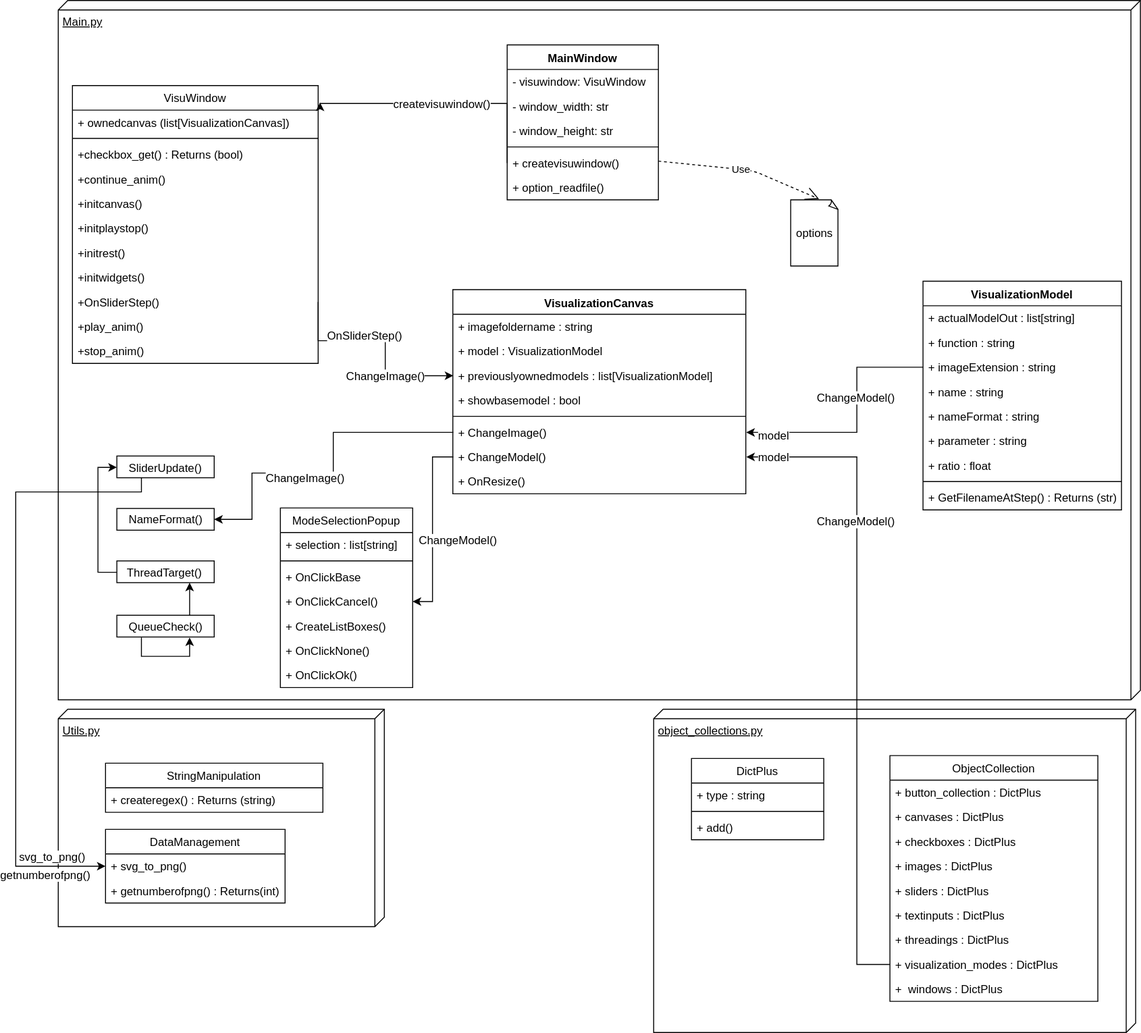
The draw.io diagram Doc/SpheroidViz-VisuApp-diagram.svg in lecuek/SpheroidViz, before a commit. Source tidied: cells renumbered, new cells last; positions are measured from the earlier drawing's top-left corner, leaving out a move shared by most shapes.
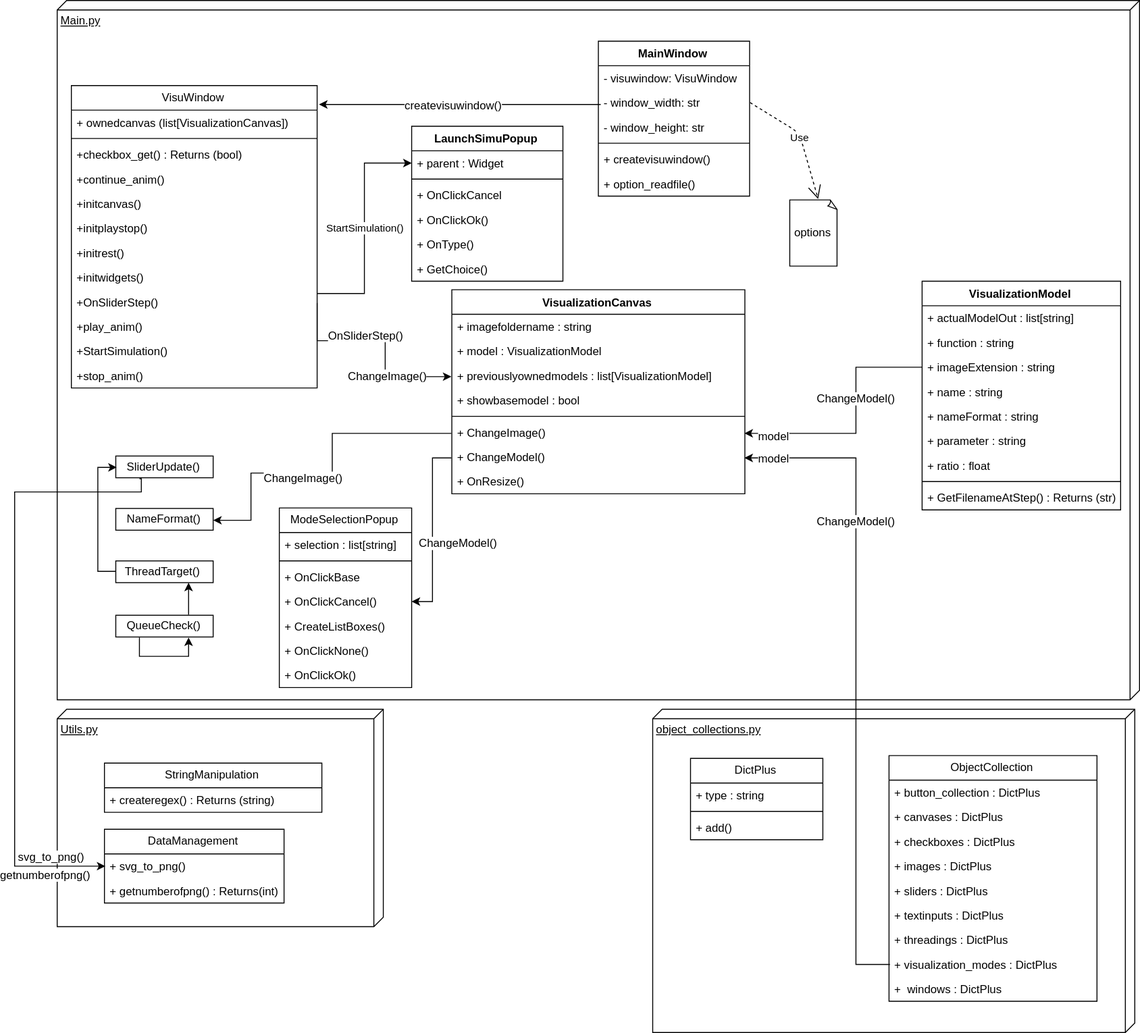
Above is the later version.

Diff of the diagram source:
```diff
@@ -6,7 +6,7 @@
       <mxGeometry x="45" width="1145" height="740" as="geometry" />
     </mxCell>
     <mxCell id="3" value="MainWindow" style="swimlane;fontStyle=1;align=center;verticalAlign=top;horizontal=1;startSize=26;" parent="1" vertex="1">
-      <mxGeometry x="520" y="47" width="160" height="164" as="geometry" />
+      <mxGeometry x="617.5" y="43" width="160" height="164" as="geometry" />
     </mxCell>
     <mxCell id="4" value="- visuwindow: VisuWindow " style="text;strokeColor=none;fillColor=none;align=left;verticalAlign=top;spacingLeft=4;spacingRight=4;overflow=hidden;" parent="3" vertex="1">
       <mxGeometry y="26" width="160" height="26" as="geometry" />
@@ -30,7 +30,7 @@
       <mxGeometry x="820" y="211" width="50" height="70" as="geometry" />
     </mxCell>
     <mxCell id="11" value="&#10;VisuWindow&#10;" style="swimlane;fontStyle=0;horizontal=1;startSize=26;fillColor=none;" parent="1" vertex="1">
-      <mxGeometry x="60" y="90" width="260" height="294" as="geometry" />
+      <mxGeometry x="60" y="90" width="260" height="320" as="geometry" />
     </mxCell>
     <mxCell id="12" value="+ ownedcanvas (list[VisualizationCanvas])" style="text;strokeColor=none;fillColor=none;align=left;verticalAlign=top;spacingLeft=4;spacingRight=4;overflow=hidden;" parent="11" vertex="1">
       <mxGeometry y="26" width="260" height="26" as="geometry" />
@@ -62,13 +62,17 @@
     <mxCell id="21" value="+play_anim()" style="text;strokeColor=none;fillColor=none;align=left;verticalAlign=top;spacingLeft=4;spacingRight=4;overflow=hidden;" parent="11" vertex="1">
       <mxGeometry y="242" width="260" height="26" as="geometry" />
     </mxCell>
+    <mxCell id="97" value="+StartSimulation()" style="text;strokeColor=none;fillColor=none;align=left;verticalAlign=top;spacingLeft=4;spacingRight=4;overflow=hidden;" parent="11" vertex="1">
+      <mxGeometry y="268" width="260" height="26" as="geometry" />
+    </mxCell>
     <mxCell id="22" value="+stop_anim()" style="text;strokeColor=none;fillColor=none;align=left;verticalAlign=top;spacingLeft=4;spacingRight=4;overflow=hidden;" parent="11" vertex="1">
-      <mxGeometry y="268" width="260" height="26" as="geometry" />
+      <mxGeometry y="294" width="260" height="26" as="geometry" />
     </mxCell>
-    <mxCell id="23" style="edgeStyle=orthogonalEdgeStyle;rounded=0;jettySize=auto;html=1;exitX=0;exitY=0.5;exitDx=0;exitDy=0;entryX=1.008;entryY=0.062;entryDx=0;entryDy=0;entryPerimeter=0;" parent="1" edge="1" source="8" target="11">
+    <mxCell id="23" style="edgeStyle=orthogonalEdgeStyle;rounded=0;jettySize=auto;html=1;entryX=1.008;entryY=0.062;entryDx=0;entryDy=0;entryPerimeter=0;" parent="1" edge="1" target="11">
       <mxGeometry relative="1" as="geometry">
+        <mxPoint x="620" y="110" as="sourcePoint" />
         <Array as="points">
-          <mxPoint x="520" y="109" />
+          <mxPoint x="617" y="110" />
         </Array>
       </mxGeometry>
     </mxCell>
@@ -77,12 +81,11 @@
         <mxPoint x="50.5" y="-3.5" as="offset" />
       </mxGeometry>
     </mxCell>
-    <mxCell id="25" value="Use" style="endArrow=open;endSize=12;dashed=1;html=1;" parent="1" edge="1">
+    <mxCell id="25" value="Use" style="endArrow=open;endSize=12;dashed=1;html=1;exitX=1;exitY=0.5;exitDx=0;exitDy=0;" parent="1" edge="1" source="5">
       <mxGeometry relative="1" as="geometry">
-        <mxPoint x="680" y="170" as="sourcePoint" />
         <mxPoint x="850" y="210" as="targetPoint" />
         <Array as="points">
-          <mxPoint x="780" y="180" />
+          <mxPoint x="830" y="140" />
         </Array>
       </mxGeometry>
     </mxCell>
@@ -336,5 +339,36 @@
     <mxCell id="96" value="ChangeImage()" style="text;html=1;align=center;verticalAlign=middle;labelBackgroundColor=#ffffff;" parent="95" vertex="1">
       <mxGeometry x="0.16" y="4" relative="1" as="geometry" />
     </mxCell>
+    <mxCell id="98" value="LaunchSimuPopup" style="swimlane;fontStyle=1;align=center;verticalAlign=top;horizontal=1;startSize=26;" parent="1" vertex="1">
+      <mxGeometry x="420" y="133" width="160" height="164" as="geometry" />
+    </mxCell>
+    <mxCell id="99" value="+ parent : Widget" style="text;strokeColor=none;fillColor=none;align=left;verticalAlign=top;spacingLeft=4;spacingRight=4;overflow=hidden;points=[[0,0.5],[1,0.5]];portConstraint=eastwest;" parent="98" vertex="1">
+      <mxGeometry y="26" width="160" height="26" as="geometry" />
+    </mxCell>
+    <mxCell id="100" style="line;strokeWidth=1;fillColor=none;align=left;verticalAlign=middle;spacingTop=-1;spacingLeft=3;spacingRight=3;labelPosition=right;" parent="98" vertex="1">
+      <mxGeometry y="52" width="160" height="8" as="geometry" />
+    </mxCell>
+    <mxCell id="101" value="+ OnClickCancel" style="text;strokeColor=none;fillColor=none;align=left;verticalAlign=top;spacingLeft=4;spacingRight=4;overflow=hidden;" parent="98" vertex="1">
+      <mxGeometry y="60" width="160" height="26" as="geometry" />
+    </mxCell>
+    <mxCell id="102" value="+ OnClickOk()" style="text;strokeColor=none;fillColor=none;align=left;verticalAlign=top;spacingLeft=4;spacingRight=4;overflow=hidden;" parent="98" vertex="1">
+      <mxGeometry y="86" width="160" height="26" as="geometry" />
+    </mxCell>
+    <mxCell id="103" value="+ OnType()" style="text;strokeColor=none;fillColor=none;align=left;verticalAlign=top;spacingLeft=4;spacingRight=4;overflow=hidden;" parent="98" vertex="1">
+      <mxGeometry y="112" width="160" height="26" as="geometry" />
+    </mxCell>
+    <mxCell id="104" value="+ GetChoice()" style="text;strokeColor=none;fillColor=none;align=left;verticalAlign=top;spacingLeft=4;spacingRight=4;overflow=hidden;" parent="98" vertex="1">
+      <mxGeometry y="138" width="160" height="26" as="geometry" />
+    </mxCell>
+    <mxCell id="105" value="StartSimulation()" style="edgeStyle=orthogonalEdgeStyle;rounded=0;jettySize=auto;html=1;entryX=0;entryY=0.5;entryDx=0;entryDy=0;" parent="1" edge="1" target="99">
+      <mxGeometry relative="1" as="geometry">
+        <mxPoint x="320" y="310" as="sourcePoint" />
+        <Array as="points">
+          <mxPoint x="320" y="310" />
+          <mxPoint x="370" y="310" />
+          <mxPoint x="370" y="172" />
+        </Array>
+      </mxGeometry>
+    </mxCell>
   </root>
 </mxGraphModel>
```
